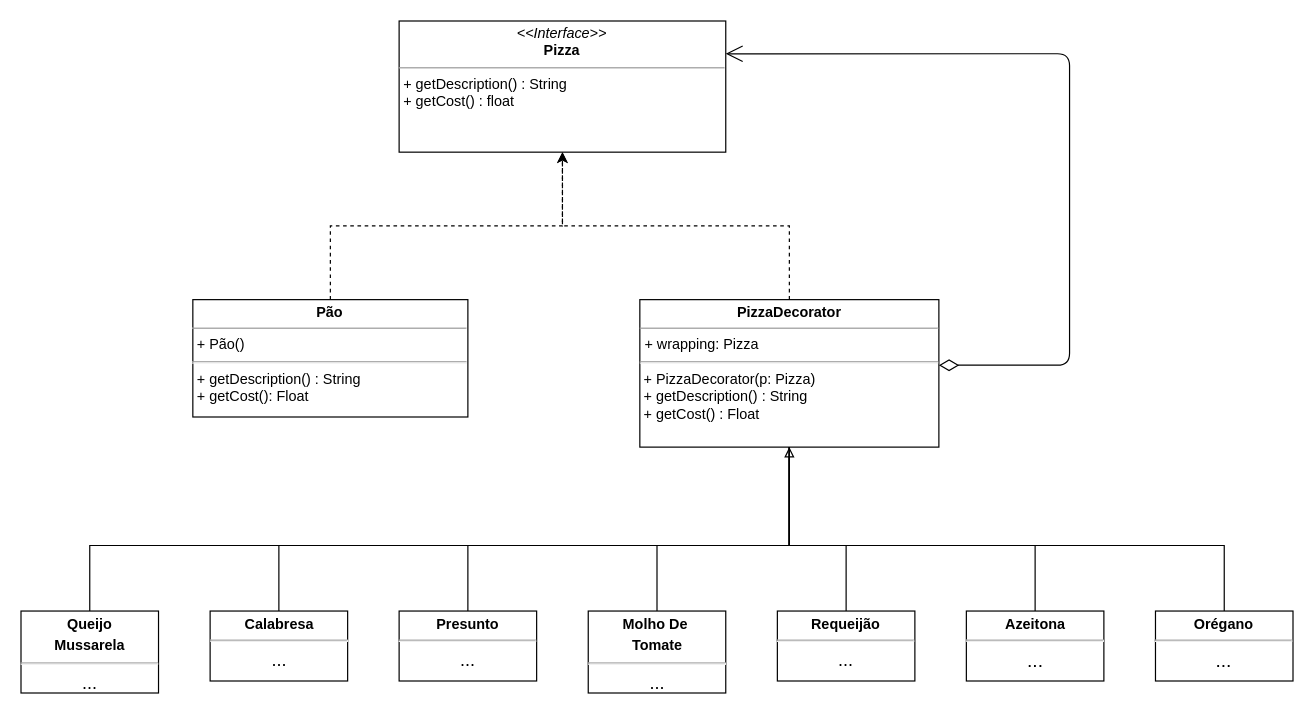
This is questao1.drawio from gbrlbrbs/exlab2ces12, a draw.io file, before an edit. Source tidied: cells renumbered, new cells numbered last; positions are measured from the earlier drawing's top-left corner, leaving out a move shared by most shapes. Both pictures are drawn from the tidied source at 120%, with x=0, y=0 at pixel (20, 20).
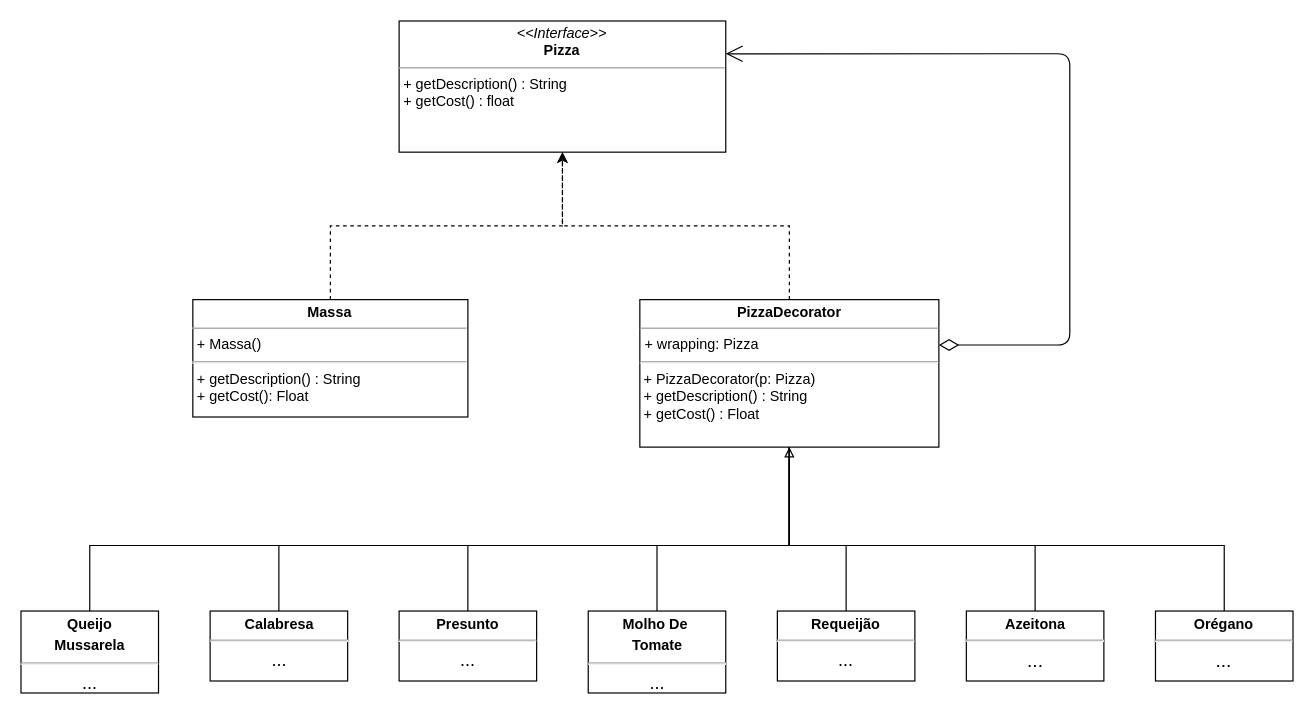
Above is the later version.

Unchanged cells that the change refers to:
```xml
<mxCell id="2" value="&lt;p style=&quot;margin: 0px ; margin-top: 4px ; text-align: center&quot;&gt;&lt;i&gt;&amp;lt;&amp;lt;Interface&amp;gt;&amp;gt;&lt;/i&gt;&lt;br&gt;&lt;b&gt;Pizza&lt;/b&gt;&lt;/p&gt;&lt;hr size=&quot;1&quot;&gt;&lt;p style=&quot;margin: 0px ; margin-left: 4px&quot;&gt;+ getDescription() : String&lt;/p&gt;&lt;p style=&quot;margin: 0px ; margin-left: 4px&quot;&gt;+ getCost() : float&lt;/p&gt;" style="verticalAlign=top;align=left;overflow=fill;fontSize=12;fontFamily=Helvetica;html=1;" parent="1" vertex="1">
  <mxGeometry x="315.1" width="272.2" height="109.3" as="geometry" />
</mxCell>
<mxCell id="6" value="&lt;p style=&quot;margin: 0px ; margin-top: 4px ; text-align: center&quot;&gt;&lt;b&gt;PizzaDecorator&lt;/b&gt;&lt;/p&gt;&lt;hr size=&quot;1&quot;&gt;&lt;p style=&quot;margin: 0px ; margin-left: 4px&quot;&gt;&lt;span&gt;+ wrapping: Pizza&lt;/span&gt;&lt;br&gt;&lt;/p&gt;&lt;hr&gt;&amp;nbsp;+ PizzaDecorator(p: Pizza)&lt;br&gt;&amp;nbsp;+ getDescription() : String&lt;br&gt;&amp;nbsp;+ getCost() : Float" style="verticalAlign=top;align=left;overflow=fill;fontSize=12;fontFamily=Helvetica;html=1;" parent="1" vertex="1">
  <mxGeometry x="515.7" y="232.2" width="249.2" height="122.9" as="geometry" />
</mxCell>
```

What changed in the source:
```diff
@@
-    <mxCell id="4" value="&lt;p style=&quot;margin: 0px ; margin-top: 4px ; text-align: center&quot;&gt;&lt;b&gt;Pão&lt;/b&gt;&lt;/p&gt;&lt;hr size=&quot;1&quot;&gt;&lt;p style=&quot;margin: 0px ; margin-left: 4px&quot;&gt;+ Pão()&lt;/p&gt;&lt;hr&gt;&lt;p style=&quot;margin: 0px ; margin-left: 4px&quot;&gt;+ getDescription() : String&lt;/p&gt;&lt;p style=&quot;margin: 0px ; margin-left: 4px&quot;&gt;+ getCost(): Float&lt;/p&gt;" style="verticalAlign=top;align=left;overflow=fill;fontSize=12;fontFamily=Helvetica;html=1;" parent="1" vertex="1">
+    <mxCell id="4" value="&lt;p style=&quot;margin: 0px ; margin-top: 4px ; text-align: center&quot;&gt;&lt;b&gt;Massa&lt;/b&gt;&lt;/p&gt;&lt;hr size=&quot;1&quot;&gt;&lt;p style=&quot;margin: 0px ; margin-left: 4px&quot;&gt;+ Massa()&lt;/p&gt;&lt;hr&gt;&lt;p style=&quot;margin: 0px ; margin-left: 4px&quot;&gt;+ getDescription() : String&lt;/p&gt;&lt;p style=&quot;margin: 0px ; margin-left: 4px&quot;&gt;+ getCost(): Float&lt;/p&gt;" style="verticalAlign=top;align=left;overflow=fill;fontSize=12;fontFamily=Helvetica;html=1;" parent="1" vertex="1">
       <mxGeometry x="143.2" y="232.2" width="229.2" height="97.8" as="geometry" />
     </mxCell>
@@
     <mxCell id="7" style="endArrow=open;html=1;endSize=12;startArrow=diamondThin;startSize=14;startFill=0;edgeStyle=orthogonalEdgeStyle;align=left;verticalAlign=bottom;entryX=1;entryY=0.25;entryDx=0;entryDy=0;" parent="1" edge="1" source="6" target="2">
       <mxGeometry x="40" y="100" as="geometry">
         <Array as="points">
-          <mxPoint x="873.8" y="286.8" />
-          <mxPoint x="873.8" y="27.3" />
+          <mxPoint x="874" y="270" />
+          <mxPoint x="874" y="27" />
         </Array>
       </mxGeometry>
     </mxCell>
```
